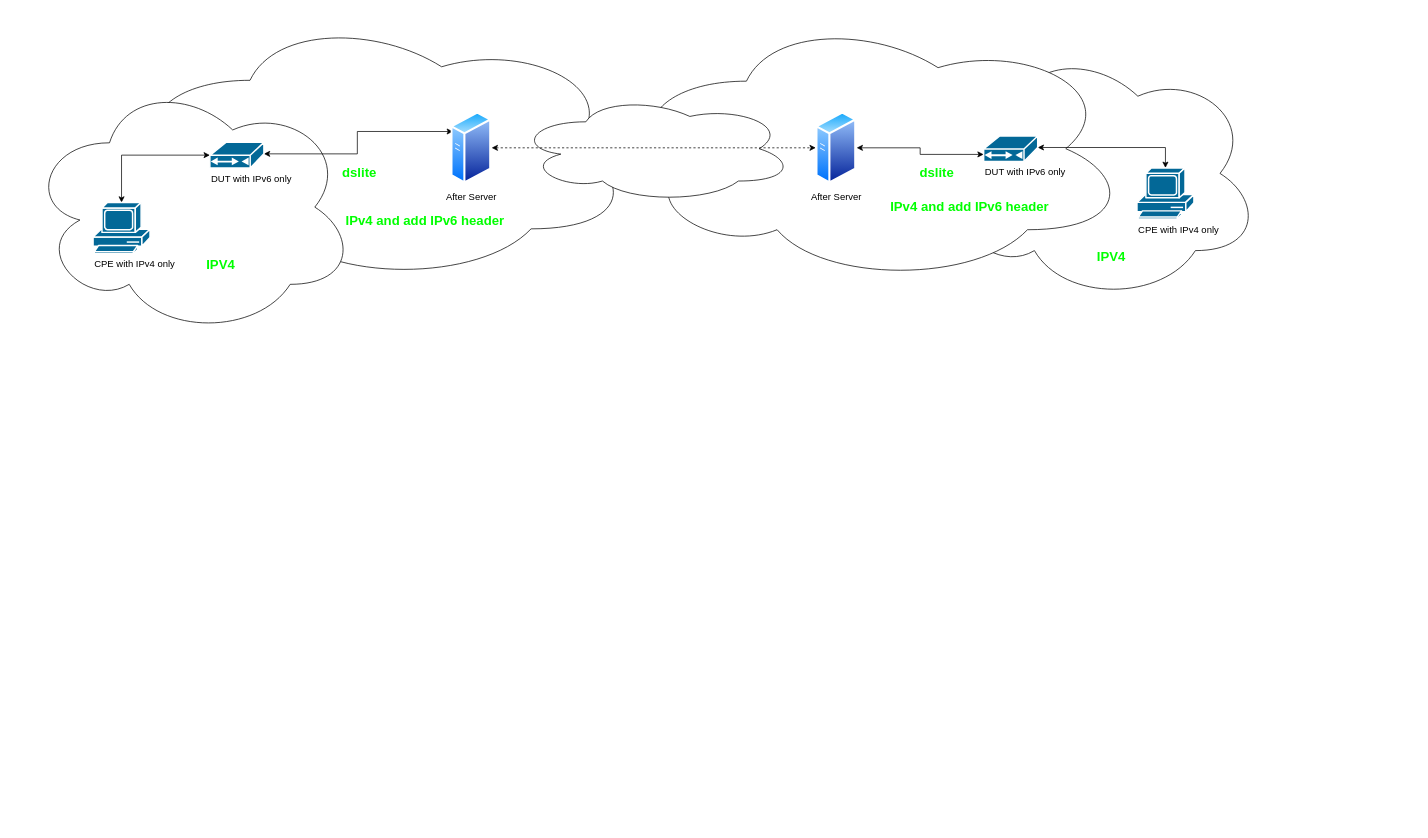
Above: page "dslite" (8 of 17) of GW7557.drawio in nelsonchung/drawio (draw.io), before the change. Source tidied: cells renumbered, new cells numbered last; positions are measured from the earlier drawing's top-left corner, leaving out a move shared by most shapes. Both pictures are drawn from the tidied source at 73%, with x=0, y=0 at pixel (27, 12). Pictures stored in the file or linked from it are replaced by grey dashed boxes.
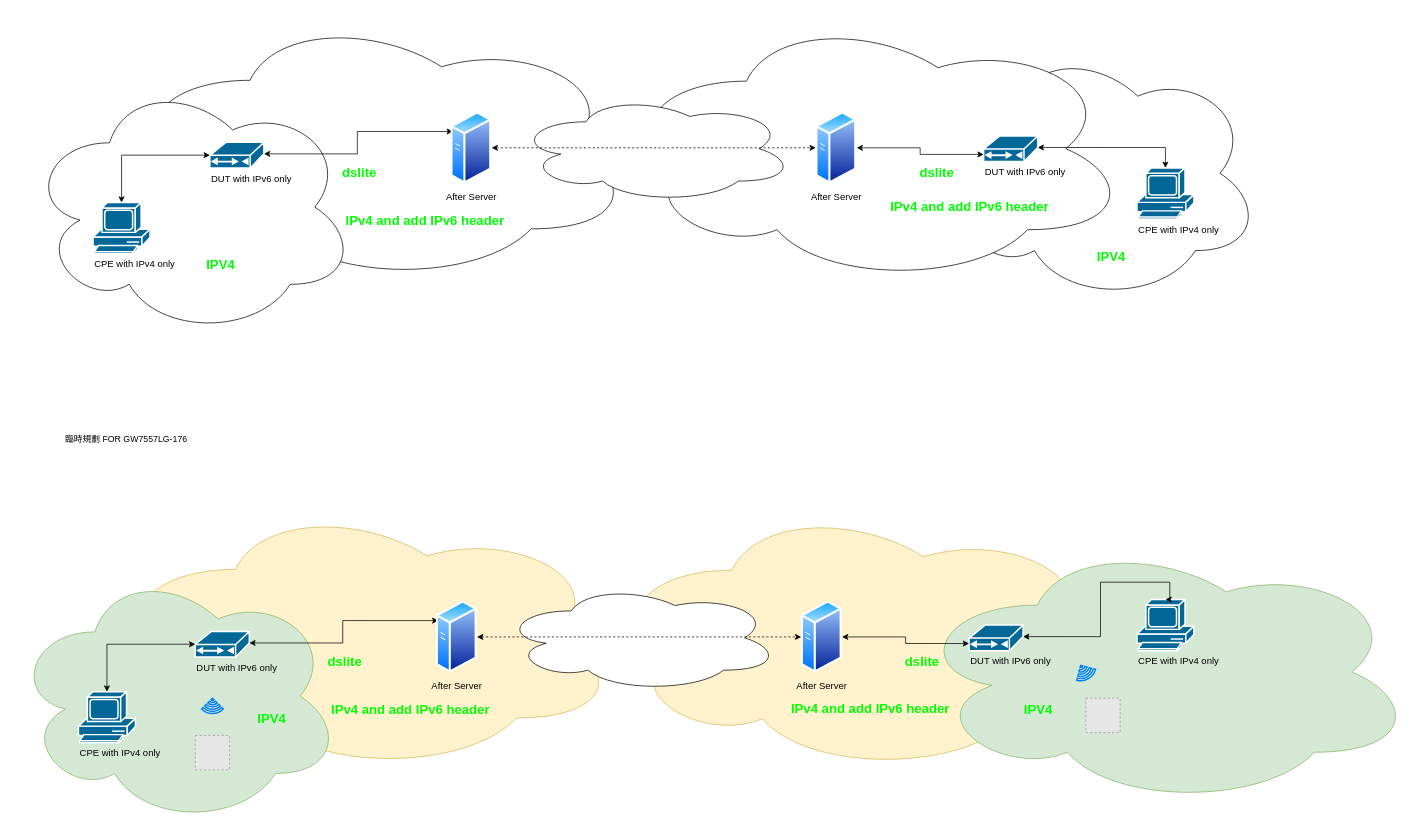
After the change.

The edit, as a diff of the source:
```diff
@@
+    <mxCell id="24" style="ellipse;shape=cloud;whiteSpace=wrap;html=1;labelBackgroundColor=none;strokeColor=#d6b656;fillColor=#fff2cc;fontSize=13;align=left;" parent="1" vertex="1">
+      <mxGeometry x="790" y="671.2" width="700" height="370" as="geometry" />
+    </mxCell>
+    <mxCell id="25" style="ellipse;shape=cloud;whiteSpace=wrap;html=1;labelBackgroundColor=none;strokeColor=#d6b656;fillColor=#fff2cc;fontSize=13;align=left;" parent="1" vertex="1">
+      <mxGeometry x="110" y="670" width="700" height="370" as="geometry" />
+    </mxCell>
+    <mxCell id="26" style="ellipse;shape=cloud;whiteSpace=wrap;html=1;labelBackgroundColor=none;strokeColor=#82b366;fillColor=#d5e8d4;fontSize=13;align=left;" parent="1" vertex="1">
+      <mxGeometry x="-20" y="760" width="450" height="352.5" as="geometry" />
+    </mxCell>
+    <mxCell id="27" style="edgeStyle=orthogonalEdgeStyle;rounded=0;jettySize=auto;html=1;exitX=1;exitY=0.45;exitDx=0;exitDy=0;exitPerimeter=0;entryX=0;entryY=0.25;entryDx=0;entryDy=0;startArrow=classic;startFill=1;endArrow=classic;endFill=1;fontSize=18;fontColor=#00FF00;align=center;" parent="1" edge="1" source="28" target="29">
+      <mxGeometry relative="1" as="geometry" />
+    </mxCell>
+    <mxCell id="28" value="DUT with IPv6 only" style="shape=mxgraph.cisco.modems_and_phones.cable_modem;html=1;dashed=0;fillColor=#036897;strokeColor=#ffffff;strokeWidth=2;verticalLabelPosition=bottom;verticalAlign=top;labelBackgroundColor=none;fontSize=13;fontColor=#000000;align=left;" parent="1" vertex="1">
+      <mxGeometry x="230" y="847.5" width="74" height="35" as="geometry" />
+    </mxCell>
+    <mxCell id="29" value="After Server" style="perimeter=ellipsePerimeter;html=1;align=center;shadow=0;dashed=0;spacingTop=3;image;image=img/lib/active_directory/generic_server.svg;labelBackgroundColor=none;strokeColor=#000000;fillColor=#000000;fontSize=13;fontColor=#000000;" parent="1" vertex="1">
+      <mxGeometry x="560" y="805" width="56" height="100" as="geometry" />
+    </mxCell>
+    <mxCell id="30" style="edgeStyle=orthogonalEdgeStyle;rounded=0;jettySize=auto;html=1;exitX=0.5;exitY=0;exitDx=0;exitDy=0;exitPerimeter=0;entryX=0;entryY=0.5;entryDx=0;entryDy=0;entryPerimeter=0;startArrow=classic;startFill=1;endArrow=classic;endFill=1;fontSize=13;fontColor=#000000;align=center;" parent="1" edge="1" source="31" target="28">
+      <mxGeometry relative="1" as="geometry" />
+    </mxCell>
+    <mxCell id="31" value="CPE with IPv4 only" style="shape=mxgraph.cisco.computers_and_peripherals.pc;html=1;dashed=0;fillColor=#036897;strokeColor=#ffffff;strokeWidth=2;verticalLabelPosition=bottom;verticalAlign=top;labelBackgroundColor=none;fontSize=13;fontColor=#000000;align=left;" parent="1" vertex="1">
+      <mxGeometry x="70" y="930" width="78" height="70" as="geometry" />
+    </mxCell>
+    <mxCell id="32" value="IPV4" style="text;html=1;strokeColor=none;fillColor=none;align=center;verticalAlign=middle;whiteSpace=wrap;rounded=0;labelBackgroundColor=none;fontSize=18;fontColor=#00FF00;fontStyle=1;" parent="1" vertex="1">
+      <mxGeometry x="300" y="952.5" width="70" height="30" as="geometry" />
+    </mxCell>
+    <mxCell id="33" value="dslite" style="text;html=1;strokeColor=none;fillColor=none;align=center;verticalAlign=middle;whiteSpace=wrap;rounded=0;labelBackgroundColor=none;fontSize=18;fontColor=#00FF00;fontStyle=1;" parent="1" vertex="1">
+      <mxGeometry x="400" y="875" width="70" height="30" as="geometry" />
+    </mxCell>
+    <mxCell id="34" value="IPv4 and add IPv6 header" style="text;html=1;strokeColor=none;fillColor=none;align=center;verticalAlign=middle;whiteSpace=wrap;rounded=0;labelBackgroundColor=none;fontSize=18;fontColor=#00FF00;fontStyle=1;" parent="1" vertex="1">
+      <mxGeometry x="370" y="940" width="310" height="30" as="geometry" />
+    </mxCell>
+    <mxCell id="35" value="After Server" style="perimeter=ellipsePerimeter;html=1;align=center;shadow=0;dashed=0;spacingTop=3;image;image=img/lib/active_directory/generic_server.svg;labelBackgroundColor=none;strokeColor=#000000;fillColor=#000000;fontSize=13;fontColor=#000000;" parent="1" vertex="1">
+      <mxGeometry x="1060" y="805" width="56" height="100" as="geometry" />
+    </mxCell>
+    <mxCell id="36" style="ellipse;shape=cloud;whiteSpace=wrap;html=1;labelBackgroundColor=none;strokeColor=#000000;fillColor=#FFFFFF;fontSize=18;fontColor=#00FF00;align=left;" parent="1" vertex="1">
+      <mxGeometry x="650" y="782.5" width="380" height="147.5" as="geometry" />
+    </mxCell>
+    <mxCell id="37" style="edgeStyle=orthogonalEdgeStyle;rounded=0;jettySize=auto;html=1;exitX=1;exitY=0.5;exitDx=0;exitDy=0;entryX=0;entryY=0.5;entryDx=0;entryDy=0;startArrow=classic;startFill=1;endArrow=classic;endFill=1;fontSize=18;fontColor=#00FF00;align=center;dashed=1;" parent="1" edge="1" source="29" target="35">
+      <mxGeometry relative="1" as="geometry" />
+    </mxCell>
+    <mxCell id="38" value="dslite" style="text;html=1;strokeColor=none;fillColor=none;align=center;verticalAlign=middle;whiteSpace=wrap;rounded=0;labelBackgroundColor=none;fontSize=18;fontColor=#00FF00;fontStyle=1;" parent="1" vertex="1">
+      <mxGeometry x="1191" y="873.8" width="70" height="30" as="geometry" />
+    </mxCell>
+    <mxCell id="39" value="IPv4 and add IPv6 header" style="text;html=1;strokeColor=none;fillColor=none;align=center;verticalAlign=middle;whiteSpace=wrap;rounded=0;labelBackgroundColor=none;fontSize=18;fontColor=#00FF00;fontStyle=1;" parent="1" vertex="1">
+      <mxGeometry x="1000" y="939" width="310" height="30" as="geometry" />
+    </mxCell>
+    <mxCell id="40" value="臨時規劃 FOR GW7557LG-176" style="text;html=1;strokeColor=none;fillColor=none;align=left;verticalAlign=top;whiteSpace=wrap;rounded=0;" parent="1" vertex="1">
+      <mxGeometry x="50" y="570" width="250" height="70" as="geometry" />
+    </mxCell>
+    <mxCell id="41" style="fillColor=#E6E6E6;strokeColor=#999999;dashed=1;html=1;verticalAlign=top;verticalLabelPosition=bottom;labelBackgroundColor=#ffffff;align=left;" parent="1" vertex="1">
+      <mxGeometry x="230" y="990" width="47" height="47" as="geometry" />
+    </mxCell>
+    <mxCell id="42" style="html=1;verticalLabelPosition=bottom;align=center;labelBackgroundColor=#ffffff;verticalAlign=top;strokeWidth=2;strokeColor=#0080F0;shadow=0;dashed=0;shape=mxgraph.ios7.icons.wifi;rotation=-180;" parent="1" vertex="1">
+      <mxGeometry x="238.7" y="939" width="29.7" height="21" as="geometry" />
+    </mxCell>
+    <mxCell id="43" style="ellipse;shape=cloud;whiteSpace=wrap;html=1;labelBackgroundColor=none;strokeColor=#82b366;fillColor=#d5e8d4;fontSize=13;align=left;" parent="1" vertex="1">
+      <mxGeometry x="1211" y="720" width="690" height="366.2" as="geometry" />
+    </mxCell>
+    <mxCell id="44" value="DUT with IPv6 only" style="shape=mxgraph.cisco.modems_and_phones.cable_modem;html=1;dashed=0;fillColor=#036897;strokeColor=#ffffff;strokeWidth=2;verticalLabelPosition=bottom;verticalAlign=top;labelBackgroundColor=none;fontSize=13;fontColor=#000000;align=left;" parent="1" vertex="1">
+      <mxGeometry x="1290" y="838.8" width="74" height="35" as="geometry" />
+    </mxCell>
+    <mxCell id="45" value="CPE with IPv4 only" style="shape=mxgraph.cisco.computers_and_peripherals.pc;html=1;dashed=0;fillColor=#036897;strokeColor=#ffffff;strokeWidth=2;verticalLabelPosition=bottom;verticalAlign=top;labelBackgroundColor=none;fontSize=13;fontColor=#000000;align=left;" parent="1" vertex="1">
+      <mxGeometry x="1520" y="803.8" width="78" height="70" as="geometry" />
+    </mxCell>
+    <mxCell id="46" style="edgeStyle=orthogonalEdgeStyle;rounded=0;jettySize=auto;html=1;exitX=1;exitY=0.5;exitDx=0;exitDy=0;entryX=0;entryY=0.721;entryDx=0;entryDy=0;entryPerimeter=0;startArrow=classic;startFill=1;endArrow=classic;endFill=1;fontSize=18;fontColor=#00FF00;align=center;" parent="1" edge="1" source="35" target="44">
+      <mxGeometry relative="1" as="geometry" />
+    </mxCell>
+    <mxCell id="47" style="edgeStyle=orthogonalEdgeStyle;rounded=0;jettySize=auto;html=1;exitX=1;exitY=0.45;exitDx=0;exitDy=0;exitPerimeter=0;entryX=0.5;entryY=0;entryDx=0;entryDy=0;entryPerimeter=0;startArrow=classic;startFill=1;endArrow=classic;endFill=1;fontSize=18;fontColor=#00FF00;align=center;" parent="1" edge="1" source="44" target="45">
+      <mxGeometry relative="1" as="geometry">
+        <Array as="points">
+          <mxPoint x="1470" y="855" />
+          <mxPoint x="1470" y="780" />
+          <mxPoint x="1565" y="780" />
+        </Array>
+      </mxGeometry>
+    </mxCell>
+    <mxCell id="48" style="html=1;verticalLabelPosition=bottom;align=center;labelBackgroundColor=#ffffff;verticalAlign=top;strokeWidth=2;strokeColor=#0080F0;shadow=0;dashed=0;shape=mxgraph.ios7.icons.wifi;rotation=-210;" parent="1" vertex="1">
+      <mxGeometry x="1433.3" y="892.6" width="29.7" height="21" as="geometry" />
+    </mxCell>
+    <mxCell id="49" style="fillColor=#E6E6E6;strokeColor=#999999;dashed=1;html=1;verticalAlign=top;verticalLabelPosition=bottom;labelBackgroundColor=#ffffff;align=left;" parent="1" vertex="1">
+      <mxGeometry x="1450" y="939" width="47" height="47" as="geometry" />
+    </mxCell>
+    <mxCell id="50" value="IPV4" style="text;html=1;strokeColor=none;fillColor=none;align=center;verticalAlign=middle;whiteSpace=wrap;rounded=0;labelBackgroundColor=none;fontSize=18;fontColor=#00FF00;fontStyle=1;" parent="1" vertex="1">
+      <mxGeometry x="1350" y="940" width="70" height="30" as="geometry" />
+    </mxCell>
```
